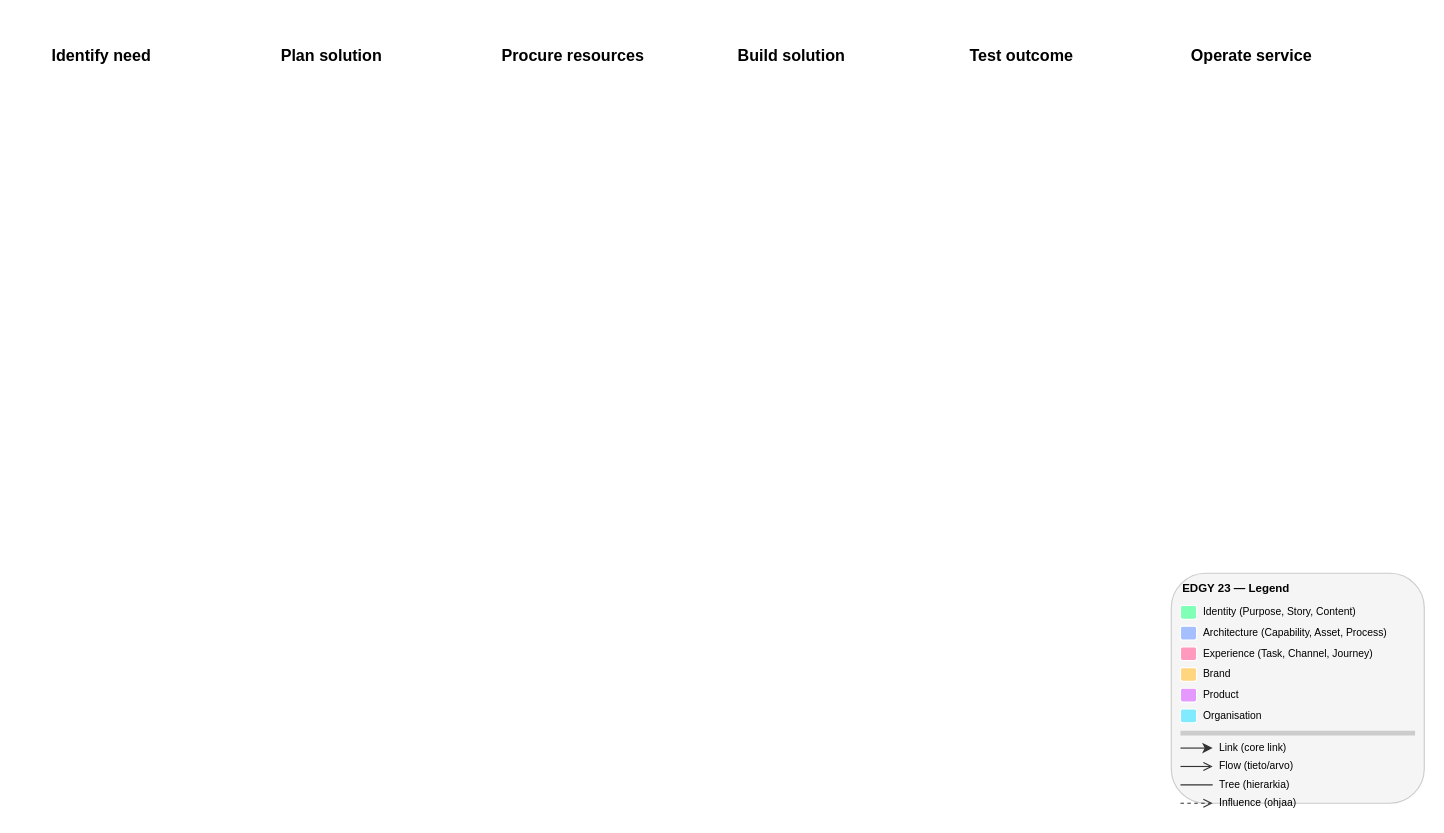
Above: skills/documentation/edgy-diagram/examples/expected-activity.drawio in Rahola/edgy-skills (draw.io), before the change. Source tidied: cells renumbered, new cells numbered last; positions are measured from the earlier drawing's top-left corner, leaving out a move shared by most shapes. Both pictures are drawn from the tidied source at 115%, with x=0, y=0 at pixel (21, 21).
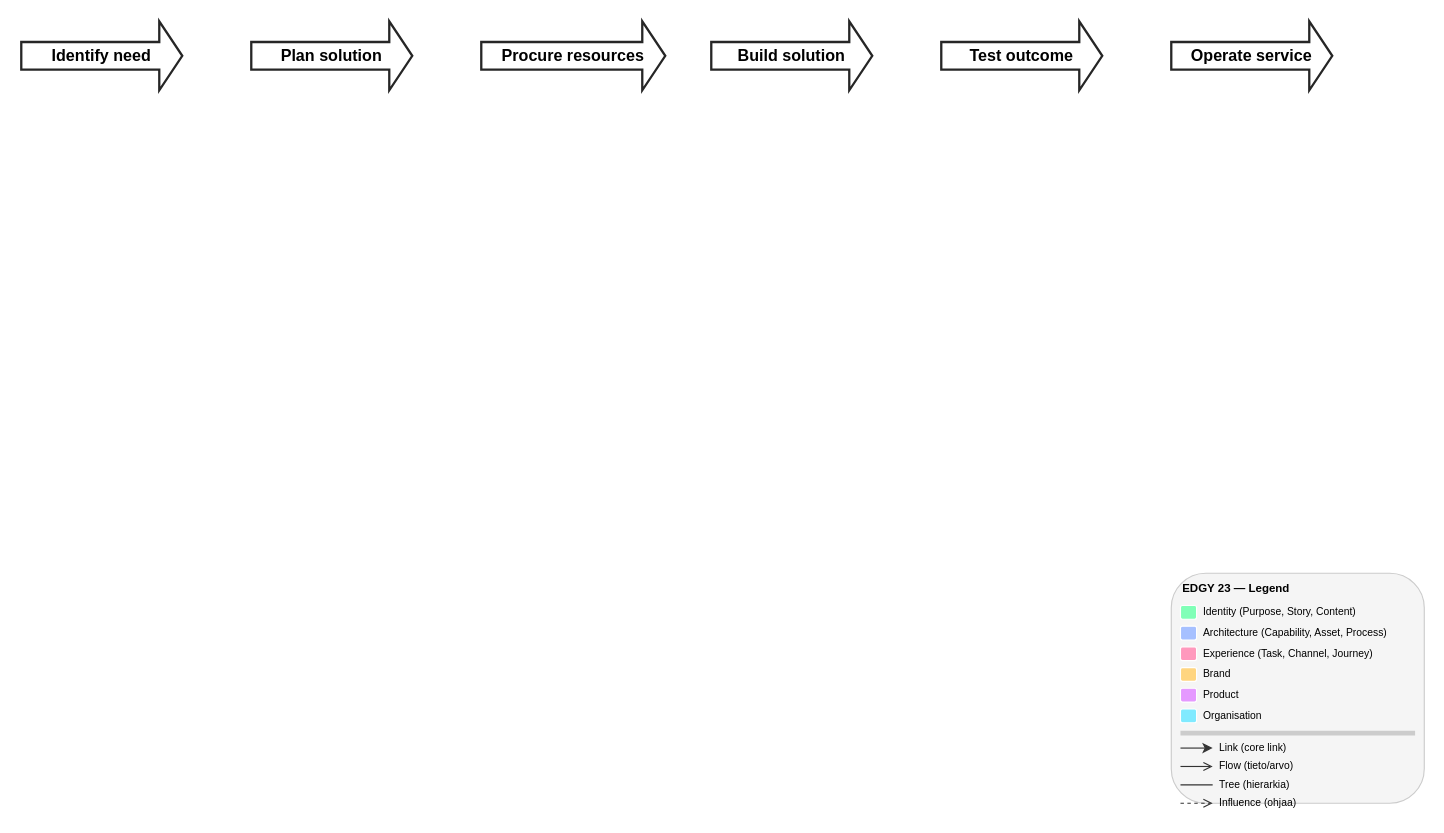
The same page after the edit.

What changed in the source:
```diff
@@
-    <mxCell id="2" value="Identify need" style="shape=mxgraph.arrows2.arrow;dy=0.6;dx=20;notch=0;whiteSpace=wrap;html=1;fillColor=#ffffff;strokeColor=#FFFFFF;strokeWidth=2;verticalAlign=middle;fontStyle=1;fontSize=14;" parent="1" vertex="1">
+    <mxCell id="2" value="Identify need" style="shape=mxgraph.arrows2.arrow;dy=0.6;dx=20;notch=0;whiteSpace=wrap;html=1;fillColor=#ffffff;strokeColor=#262626;strokeWidth=2;verticalAlign=middle;fontStyle=1;fontSize=14;" parent="1" vertex="1">
       <mxGeometry width="140" height="60" as="geometry" />
     </mxCell>
-    <mxCell id="3" value="Plan solution" style="shape=mxgraph.arrows2.arrow;dy=0.6;dx=20;notch=0;whiteSpace=wrap;html=1;fillColor=#ffffff;strokeColor=#FFFFFF;strokeWidth=2;verticalAlign=middle;fontStyle=1;fontSize=14;" parent="1" vertex="1">
+    <mxCell id="3" value="Plan solution" style="shape=mxgraph.arrows2.arrow;dy=0.6;dx=20;notch=0;whiteSpace=wrap;html=1;fillColor=#ffffff;strokeColor=#262626;strokeWidth=2;verticalAlign=middle;fontStyle=1;fontSize=14;" parent="1" vertex="1">
       <mxGeometry x="200" width="140" height="60" as="geometry" />
     </mxCell>
-    <mxCell id="4" value="Procure resources" style="shape=mxgraph.arrows2.arrow;dy=0.6;dx=20;notch=0;whiteSpace=wrap;html=1;fillColor=#ffffff;strokeColor=#FFFFFF;strokeWidth=2;verticalAlign=middle;fontStyle=1;fontSize=14;" parent="1" vertex="1">
+    <mxCell id="4" value="Procure resources" style="shape=mxgraph.arrows2.arrow;dy=0.6;dx=20;notch=0;whiteSpace=wrap;html=1;fillColor=#ffffff;strokeColor=#262626;strokeWidth=2;verticalAlign=middle;fontStyle=1;fontSize=14;" parent="1" vertex="1">
       <mxGeometry x="400" width="160" height="60" as="geometry" />
     </mxCell>
-    <mxCell id="5" value="Build solution" style="shape=mxgraph.arrows2.arrow;dy=0.6;dx=20;notch=0;whiteSpace=wrap;html=1;fillColor=#ffffff;strokeColor=#FFFFFF;strokeWidth=2;verticalAlign=middle;fontStyle=1;fontSize=14;" parent="1" vertex="1">
+    <mxCell id="5" value="Build solution" style="shape=mxgraph.arrows2.arrow;dy=0.6;dx=20;notch=0;whiteSpace=wrap;html=1;fillColor=#ffffff;strokeColor=#262626;strokeWidth=2;verticalAlign=middle;fontStyle=1;fontSize=14;" parent="1" vertex="1">
       <mxGeometry x="600" width="140" height="60" as="geometry" />
     </mxCell>
-    <mxCell id="6" value="Test outcome" style="shape=mxgraph.arrows2.arrow;dy=0.6;dx=20;notch=0;whiteSpace=wrap;html=1;fillColor=#ffffff;strokeColor=#FFFFFF;strokeWidth=2;verticalAlign=middle;fontStyle=1;fontSize=14;" parent="1" vertex="1">
+    <mxCell id="6" value="Test outcome" style="shape=mxgraph.arrows2.arrow;dy=0.6;dx=20;notch=0;whiteSpace=wrap;html=1;fillColor=#ffffff;strokeColor=#262626;strokeWidth=2;verticalAlign=middle;fontStyle=1;fontSize=14;" parent="1" vertex="1">
       <mxGeometry x="800" width="140" height="60" as="geometry" />
     </mxCell>
-    <mxCell id="7" value="Operate service" style="shape=mxgraph.arrows2.arrow;dy=0.6;dx=20;notch=0;whiteSpace=wrap;html=1;fillColor=#ffffff;strokeColor=#FFFFFF;strokeWidth=2;verticalAlign=middle;fontStyle=1;fontSize=14;" parent="1" vertex="1">
+    <mxCell id="7" value="Operate service" style="shape=mxgraph.arrows2.arrow;dy=0.6;dx=20;notch=0;whiteSpace=wrap;html=1;fillColor=#ffffff;strokeColor=#262626;strokeWidth=2;verticalAlign=middle;fontStyle=1;fontSize=14;" parent="1" vertex="1">
       <mxGeometry x="1000" width="140" height="60" as="geometry" />
     </mxCell>
```
